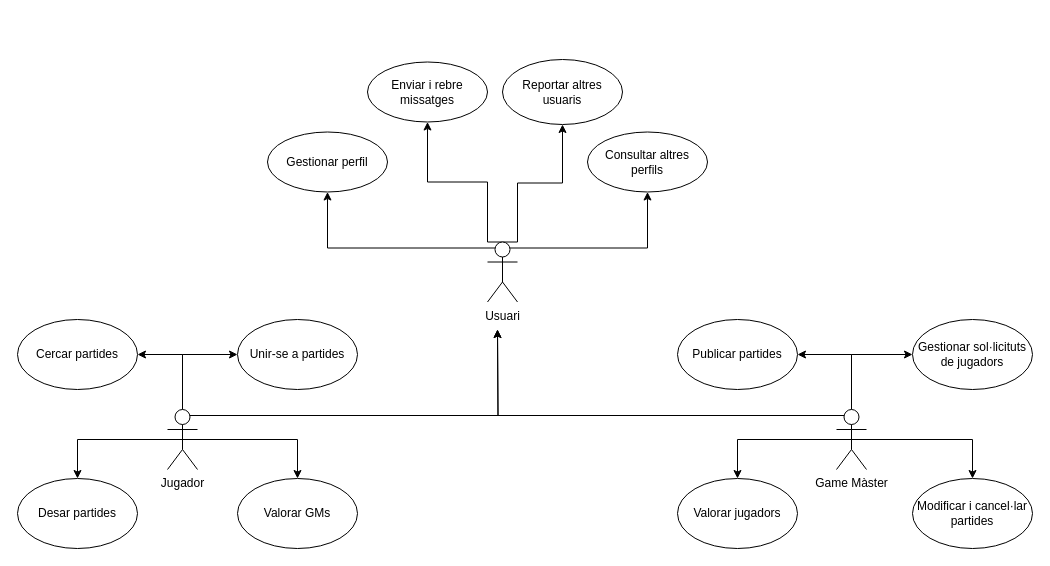
The draw.io diagram Casos_us.drawio in pballetbo/dvngeon-forge, before the edit. Source tidied: cells renumbered, new cells numbered last; positions are measured from the earlier drawing's top-left corner, leaving out a move shared by most shapes. Both pictures are drawn from the tidied source at 100%, with x=0, y=0 at pixel (17, 59).
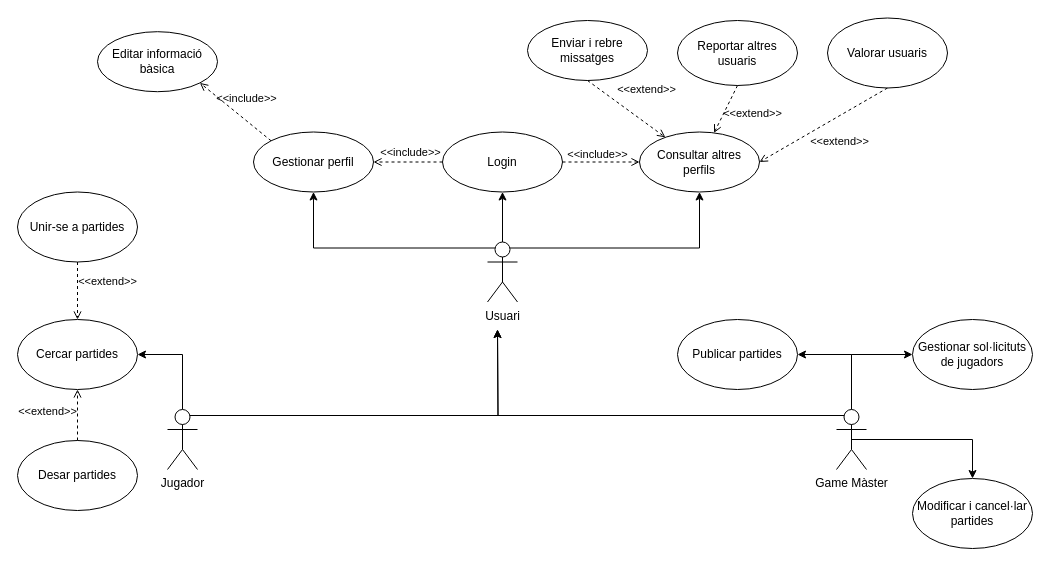
Above is the later version.

The change refers to these unchanged cells:
```xml
<mxCell id="6" value="Usuari" style="shape=umlActor;verticalLabelPosition=bottom;verticalAlign=top;html=1;outlineConnect=0;" parent="1" vertex="1">
  <mxGeometry x="470" y="182.5" width="30" height="60" as="geometry" />
</mxCell>
<mxCell id="16" value="Jugador" style="shape=umlActor;verticalLabelPosition=bottom;verticalAlign=top;html=1;outlineConnect=0;" parent="1" vertex="1">
  <mxGeometry x="150" y="350" width="30" height="60" as="geometry" />
</mxCell>
<mxCell id="22" value="Game Màster" style="shape=umlActor;verticalLabelPosition=bottom;verticalAlign=top;html=1;outlineConnect=0;" parent="1" vertex="1">
  <mxGeometry x="819" y="350" width="30" height="60" as="geometry" />
</mxCell>
<mxCell id="23" value="Cercar partides" style="ellipse;whiteSpace=wrap;html=1;" parent="1" vertex="1">
  <mxGeometry y="260" width="120" height="70" as="geometry" />
</mxCell>
```

What changed in the source:
```diff
@@
-    <mxCell id="3" style="edgeStyle=orthogonalEdgeStyle;rounded=0;jettySize=auto;html=1;exitX=0.5;exitY=0;exitDx=0;exitDy=0;exitPerimeter=0;entryX=0.5;entryY=1;entryDx=0;entryDy=0;" parent="1" edge="1" source="6" target="8">
-      <mxGeometry relative="1" as="geometry">
-        <Array as="points">
-          <mxPoint x="470" y="182.5" />
-          <mxPoint x="470" y="122.5" />
-          <mxPoint x="410" y="122.5" />
-        </Array>
-      </mxGeometry>
-    </mxCell>
@@
-    <mxCell id="5" style="edgeStyle=orthogonalEdgeStyle;rounded=0;jettySize=auto;html=1;exitX=0.5;exitY=0;exitDx=0;exitDy=0;exitPerimeter=0;entryX=0.5;entryY=1;entryDx=0;entryDy=0;" parent="1" edge="1" source="6" target="10">
-      <mxGeometry relative="1" as="geometry">
-        <Array as="points">
-          <mxPoint x="500" y="182.5" />
-          <mxPoint x="500" y="123.5" />
-          <mxPoint x="545" y="123.5" />
-        </Array>
-      </mxGeometry>
-    </mxCell>
+    <mxCell id="31" style="edgeStyle=orthogonalEdgeStyle;rounded=0;jettySize=auto;html=1;exitX=0.5;exitY=0;exitDx=0;exitDy=0;exitPerimeter=0;entryX=0.5;entryY=1;entryDx=0;entryDy=0;" parent="1" edge="1" source="6" target="37">
+      <mxGeometry relative="1" as="geometry" />
+    </mxCell>
@@
     <mxCell id="7" value="Gestionar perfil" style="ellipse;whiteSpace=wrap;html=1;" parent="1" vertex="1">
-      <mxGeometry x="250" y="72.5" width="120" height="60" as="geometry" />
+      <mxGeometry x="236" y="72.5" width="120" height="60" as="geometry" />
     </mxCell>
     <mxCell id="8" value="Enviar i rebre missatges" style="ellipse;whiteSpace=wrap;html=1;" parent="1" vertex="1">
-      <mxGeometry x="350" y="2.5" width="120" height="60" as="geometry" />
+      <mxGeometry x="510" y="-39" width="120" height="60" as="geometry" />
     </mxCell>
     <mxCell id="9" value="Consultar altres perfils" style="ellipse;whiteSpace=wrap;html=1;" parent="1" vertex="1">
-      <mxGeometry x="570" y="72.5" width="120" height="60" as="geometry" />
+      <mxGeometry x="622" y="72.5" width="120" height="60" as="geometry" />
     </mxCell>
     <mxCell id="10" value="Reportar altres usuaris" style="ellipse;whiteSpace=wrap;html=1;" parent="1" vertex="1">
-      <mxGeometry x="485" width="120" height="65" as="geometry" />
+      <mxGeometry x="660" y="-39" width="120" height="65" as="geometry" />
     </mxCell>
@@
-    <mxCell id="12" style="edgeStyle=orthogonalEdgeStyle;rounded=0;jettySize=auto;html=1;exitX=0.5;exitY=0.5;exitDx=0;exitDy=0;exitPerimeter=0;entryX=0.5;entryY=0;entryDx=0;entryDy=0;" parent="1" edge="1" source="16" target="25">
-      <mxGeometry relative="1" as="geometry" />
-    </mxCell>
-    <mxCell id="13" style="edgeStyle=orthogonalEdgeStyle;rounded=0;jettySize=auto;html=1;exitX=0.5;exitY=0.5;exitDx=0;exitDy=0;exitPerimeter=0;entryX=0.5;entryY=0;entryDx=0;entryDy=0;" parent="1" edge="1" source="16" target="26">
-      <mxGeometry relative="1" as="geometry" />
-    </mxCell>
@@
-    <mxCell id="15" style="edgeStyle=orthogonalEdgeStyle;rounded=0;jettySize=auto;html=1;exitX=0.5;exitY=0;exitDx=0;exitDy=0;exitPerimeter=0;entryX=0;entryY=0.5;entryDx=0;entryDy=0;" parent="1" edge="1" source="16" target="24">
-      <mxGeometry relative="1" as="geometry" />
-    </mxCell>
@@
-    <mxCell id="21" style="edgeStyle=orthogonalEdgeStyle;rounded=0;jettySize=auto;html=1;exitX=0.5;exitY=0.5;exitDx=0;exitDy=0;exitPerimeter=0;entryX=0.5;entryY=0;entryDx=0;entryDy=0;" parent="1" edge="1" source="22" target="30">
-      <mxGeometry relative="1" as="geometry" />
-    </mxCell>
@@
     <mxCell id="24" value="Unir-se a partides" style="ellipse;whiteSpace=wrap;html=1;" parent="1" vertex="1">
-      <mxGeometry x="220" y="260" width="120" height="70" as="geometry" />
+      <mxGeometry y="132.5" width="120" height="70" as="geometry" />
     </mxCell>
     <mxCell id="25" value="Desar partides" style="ellipse;whiteSpace=wrap;html=1;" parent="1" vertex="1">
-      <mxGeometry y="419" width="120" height="70" as="geometry" />
+      <mxGeometry y="381" width="120" height="70" as="geometry" />
     </mxCell>
-    <mxCell id="26" value="Valorar GMs" style="ellipse;whiteSpace=wrap;html=1;" parent="1" vertex="1">
-      <mxGeometry x="220" y="419" width="120" height="70" as="geometry" />
-    </mxCell>
@@
-    <mxCell id="30" value="Valorar jugadors" style="ellipse;whiteSpace=wrap;html=1;" parent="1" vertex="1">
-      <mxGeometry x="660" y="419" width="120" height="70" as="geometry" />
-    </mxCell>
+    <mxCell id="32" value="&amp;lt;&amp;lt;include&amp;gt;&amp;gt;" style="html=1;verticalAlign=bottom;labelBackgroundColor=none;endArrow=open;endFill=0;dashed=1;rounded=0;exitX=0;exitY=0;exitDx=0;exitDy=0;entryX=1;entryY=1;entryDx=0;entryDy=0;" parent="1" edge="1" source="7" target="33">
+      <mxGeometry x="-0.12" y="-10" relative="1" as="geometry" />
+    </mxCell>
+    <mxCell id="33" value="Editar informació bàsica" style="ellipse;whiteSpace=wrap;html=1;" parent="1" vertex="1">
+      <mxGeometry x="80" y="-27.8" width="120" height="60" as="geometry" />
+    </mxCell>
+    <mxCell id="34" value="&amp;lt;&amp;lt;extend&amp;gt;&amp;gt;" style="html=1;verticalAlign=bottom;labelBackgroundColor=none;endArrow=open;endFill=0;dashed=1;rounded=0;exitX=0.5;exitY=1;exitDx=0;exitDy=0;entryX=0.5;entryY=0;entryDx=0;entryDy=0;" parent="1" edge="1" source="24" target="23">
+      <mxGeometry x="-0.01" y="30" relative="1" as="geometry" />
+    </mxCell>
+    <mxCell id="35" value="&amp;lt;&amp;lt;extend&amp;gt;&amp;gt;" style="html=1;verticalAlign=bottom;labelBackgroundColor=none;endArrow=open;endFill=0;dashed=1;rounded=0;exitX=0.5;exitY=1;exitDx=0;exitDy=0;" parent="1" edge="1" source="8" target="9">
+      <mxGeometry x="0.2" y="20" relative="1" as="geometry" />
+    </mxCell>
+    <mxCell id="36" value="&amp;lt;&amp;lt;extend&amp;gt;&amp;gt;" style="html=1;verticalAlign=bottom;labelBackgroundColor=none;endArrow=open;endFill=0;dashed=1;rounded=0;exitX=0.5;exitY=1;exitDx=0;exitDy=0;" parent="1" edge="1" source="10" target="9">
+      <mxGeometry x="-0.01" y="30" relative="1" as="geometry" />
+    </mxCell>
+    <mxCell id="37" value="Login" style="ellipse;whiteSpace=wrap;html=1;" parent="1" vertex="1">
+      <mxGeometry x="425" y="72.5" width="120" height="60" as="geometry" />
+    </mxCell>
+    <mxCell id="38" value="&amp;lt;&amp;lt;include&amp;gt;&amp;gt;" style="html=1;verticalAlign=bottom;labelBackgroundColor=none;endArrow=open;endFill=0;dashed=1;rounded=0;exitX=0;exitY=0.5;exitDx=0;exitDy=0;entryX=1;entryY=0.5;entryDx=0;entryDy=0;" parent="1" edge="1" source="37" target="7">
+      <mxGeometry x="-0.08" y="-1" relative="1" as="geometry" />
+    </mxCell>
+    <mxCell id="39" value="&amp;lt;&amp;lt;include&amp;gt;&amp;gt;" style="html=1;verticalAlign=bottom;labelBackgroundColor=none;endArrow=open;endFill=0;dashed=1;rounded=0;exitX=1;exitY=0.5;exitDx=0;exitDy=0;entryX=0;entryY=0.5;entryDx=0;entryDy=0;" parent="1" edge="1" source="37" target="9">
+      <mxGeometry x="-0.08" y="-1" relative="1" as="geometry" />
+    </mxCell>
+    <mxCell id="40" value="Valorar usuaris" style="ellipse;whiteSpace=wrap;html=1;" parent="1" vertex="1">
+      <mxGeometry x="810" y="-41.5" width="120" height="70" as="geometry" />
+    </mxCell>
+    <mxCell id="41" value="&amp;lt;&amp;lt;extend&amp;gt;&amp;gt;" style="html=1;verticalAlign=bottom;labelBackgroundColor=none;endArrow=open;endFill=0;dashed=1;rounded=0;exitX=0.5;exitY=1;exitDx=0;exitDy=0;entryX=1;entryY=0.5;entryDx=0;entryDy=0;" parent="1" edge="1" source="40" target="9">
+      <mxGeometry x="-0.01" y="30" relative="1" as="geometry" />
+    </mxCell>
+    <mxCell id="42" value="&amp;lt;&amp;lt;extend&amp;gt;&amp;gt;" style="html=1;verticalAlign=bottom;labelBackgroundColor=none;endArrow=open;endFill=0;dashed=1;rounded=0;exitX=0.5;exitY=0;exitDx=0;exitDy=0;entryX=0.5;entryY=1;entryDx=0;entryDy=0;" parent="1" edge="1" source="25" target="23">
+      <mxGeometry x="-0.22" y="30" relative="1" as="geometry" />
+    </mxCell>
```
